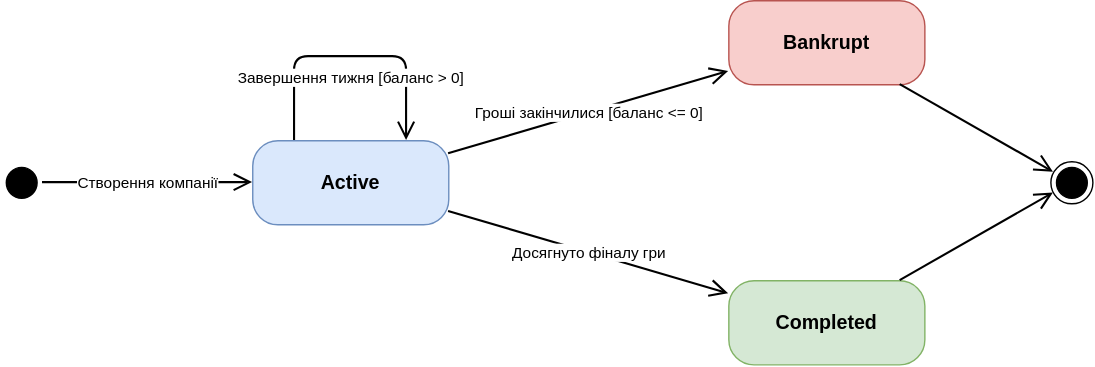
The draw.io diagram docs/images/state-machine.drawio.svg in yehor-kostiuk/sim, before a commit. Source tidied: cells renumbered, new cells last; positions are measured from the earlier drawing's top-left corner, leaving out a move shared by most shapes.
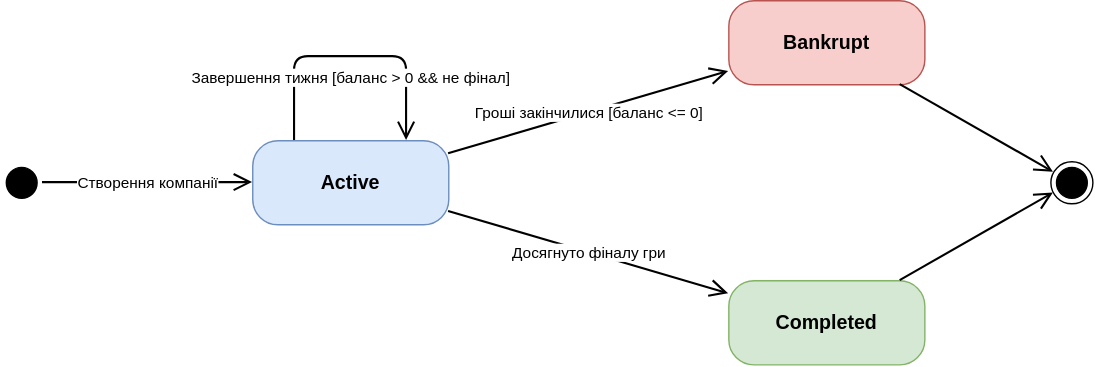
After the commit.

Change to the diagram source:
```diff
@@ -20,7 +20,7 @@
     <mxCell id="7" value="Створення компанії" style="endArrow=open;endFill=0;endSize=10;html=1;strokeWidth=1.5;" parent="1" edge="1" source="2" target="3">
       <mxGeometry relative="1" as="geometry" />
     </mxCell>
-    <mxCell id="8" value="Завершення тижня [баланс &gt; 0]" style="endArrow=open;endFill=0;endSize=10;html=1;strokeWidth=1.5;edgeStyle=orthogonalEdgeStyle;rounded=1;" parent="1" edge="1" source="3" target="3">
+    <mxCell id="8" value="Завершення тижня [баланс &gt; 0 &amp;&amp; не фінал]" style="endArrow=open;endFill=0;endSize=10;html=1;strokeWidth=1.5;edgeStyle=orthogonalEdgeStyle;rounded=1;" parent="1" edge="1" source="3" target="3">
       <mxGeometry y="-15" relative="1" as="geometry">
         <Array as="points">
           <mxPoint x="210" y="40" />
```
